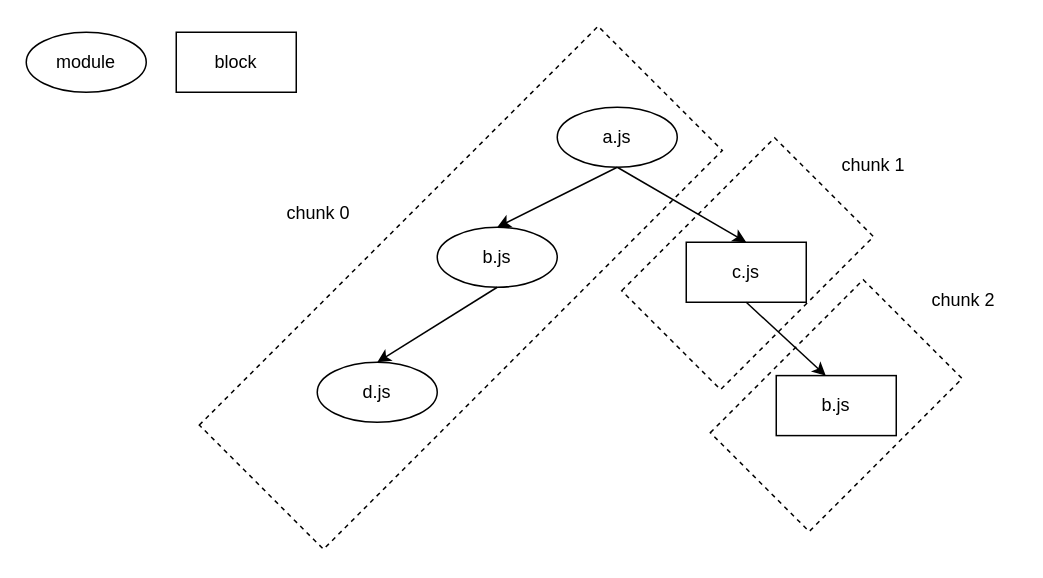
Above: demo chunkMap.drawio in askzh/diagrams (draw.io), before the change. Source tidied: cells renumbered, new cells numbered last; positions are measured from the earlier drawing's top-left corner, leaving out a move shared by most shapes. Both pictures are drawn from the tidied source at 150%, with x=0, y=0 at pixel (26, 32).
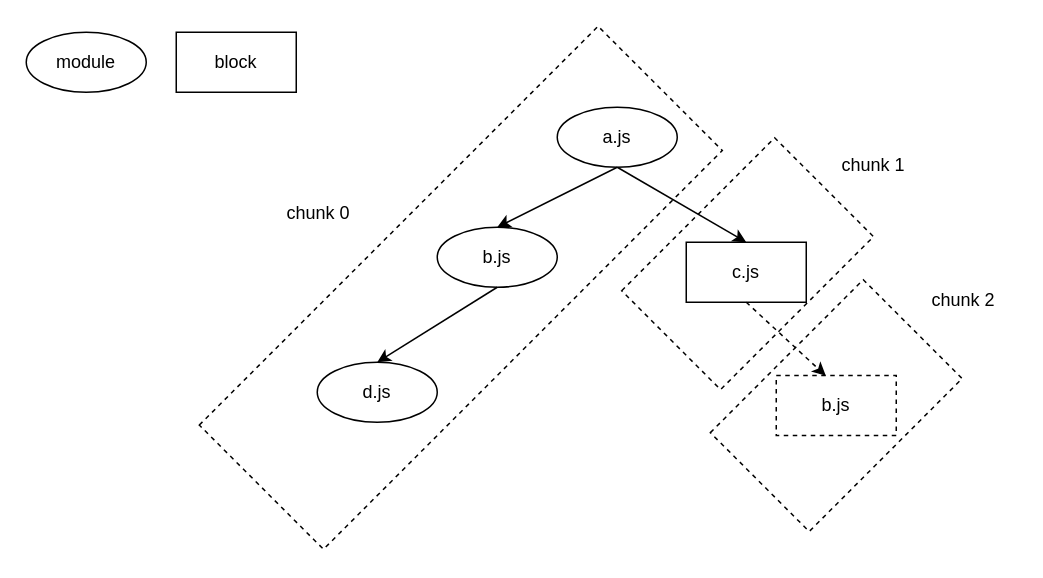
The same page after the edit.

Diff of the diagram source:
```diff
@@
 <mxGraphModel>
   <root>
     <mxCell id="0" />
     <mxCell id="1" parent="0" />
     <mxCell id="2" style="rounded=0;whiteSpace=wrap;html=1;rotation=-45;dashed=1;" parent="1" vertex="1">
       <mxGeometry x="467.9" y="202.3" width="144.2" height="93.2" as="geometry" />
     </mxCell>
     <mxCell id="3" style="rounded=0;whiteSpace=wrap;html=1;rotation=-45;dashed=1;" parent="1" vertex="1">
       <mxGeometry x="408.8" y="107.7" width="144.2" height="93.2" as="geometry" />
     </mxCell>
     <mxCell id="4" style="rounded=0;whiteSpace=wrap;html=1;rotation=-45;dashed=1;" parent="1" vertex="1">
       <mxGeometry x="101.7" y="111.8" width="376" height="117.1" as="geometry" />
     </mxCell>
     <mxCell id="5" value="module" style="ellipse;whiteSpace=wrap;html=1;" parent="1" vertex="1">
       <mxGeometry width="80" height="40" as="geometry" />
     </mxCell>
     <mxCell id="6" value="block" style="rounded=0;whiteSpace=wrap;html=1;" parent="1" vertex="1">
       <mxGeometry x="100" width="80" height="40" as="geometry" />
     </mxCell>
     <mxCell id="7" value="a.js" style="ellipse;whiteSpace=wrap;html=1;" parent="1" vertex="1">
       <mxGeometry x="354" y="50" width="80" height="40" as="geometry" />
     </mxCell>
     <mxCell id="8" value="b.js" style="ellipse;whiteSpace=wrap;html=1;" parent="1" vertex="1">
       <mxGeometry x="274" y="130" width="80" height="40" as="geometry" />
     </mxCell>
     <mxCell id="9" value="c.js" style="rounded=0;whiteSpace=wrap;html=1;" parent="1" vertex="1">
       <mxGeometry x="440" y="140" width="80" height="40" as="geometry" />
     </mxCell>
     <mxCell id="10" style="endArrow=classic;html=1;exitX=0.5;exitY=1;exitDx=0;exitDy=0;entryX=0.5;entryY=0;entryDx=0;entryDy=0;" parent="1" edge="1" source="7" target="8">
       <mxGeometry relative="1" as="geometry" />
     </mxCell>
     <mxCell id="11" style="endArrow=classic;html=1;exitX=0.5;exitY=1;exitDx=0;exitDy=0;entryX=0.5;entryY=0;entryDx=0;entryDy=0;" parent="1" edge="1" source="7" target="9">
       <mxGeometry relative="1" as="geometry" />
     </mxCell>
     <mxCell id="12" value="d.js" style="ellipse;whiteSpace=wrap;html=1;" parent="1" vertex="1">
       <mxGeometry x="194" y="220" width="80" height="40" as="geometry" />
     </mxCell>
     <mxCell id="13" style="endArrow=classic;html=1;entryX=0.5;entryY=0;entryDx=0;entryDy=0;exitX=0.5;exitY=1;exitDx=0;exitDy=0;" parent="1" edge="1" source="8" target="12">
       <mxGeometry relative="1" as="geometry" />
     </mxCell>
-    <mxCell id="14" value="b.js" style="rounded=0;whiteSpace=wrap;html=1;" parent="1" vertex="1">
+    <mxCell id="14" value="b.js" style="rounded=0;whiteSpace=wrap;html=1;dashed=1;" parent="1" vertex="1">
       <mxGeometry x="500" y="228.9" width="80" height="40" as="geometry" />
     </mxCell>
-    <mxCell id="15" style="endArrow=classic;html=1;exitX=0.5;exitY=1;exitDx=0;exitDy=0;entryX=0.413;entryY=0.003;entryDx=0;entryDy=0;entryPerimeter=0;" parent="1" edge="1" source="9" target="14">
+    <mxCell id="15" style="endArrow=classic;html=1;exitX=0.5;exitY=1;exitDx=0;exitDy=0;entryX=0.413;entryY=0.003;entryDx=0;entryDy=0;entryPerimeter=0;dashed=1;" parent="1" edge="1" source="9" target="14">
       <mxGeometry relative="1" as="geometry" />
     </mxCell>
     <mxCell id="16" value="chunk 0" style="text;html=1;strokeColor=none;fillColor=none;align=center;verticalAlign=middle;whiteSpace=wrap;rounded=0;dashed=1;" parent="1" vertex="1">
       <mxGeometry x="160" y="111.8" width="70" height="18.2" as="geometry" />
     </mxCell>
     <mxCell id="17" value="chunk 1" style="text;html=1;strokeColor=none;fillColor=none;align=center;verticalAlign=middle;whiteSpace=wrap;rounded=0;dashed=1;" parent="1" vertex="1">
       <mxGeometry x="530" y="80" width="70" height="18.2" as="geometry" />
     </mxCell>
     <mxCell id="18" value="chunk 2" style="text;html=1;strokeColor=none;fillColor=none;align=center;verticalAlign=middle;whiteSpace=wrap;rounded=0;dashed=1;" parent="1" vertex="1">
       <mxGeometry x="590" y="170" width="70" height="18.2" as="geometry" />
     </mxCell>
   </root>
 </mxGraphModel>
```
